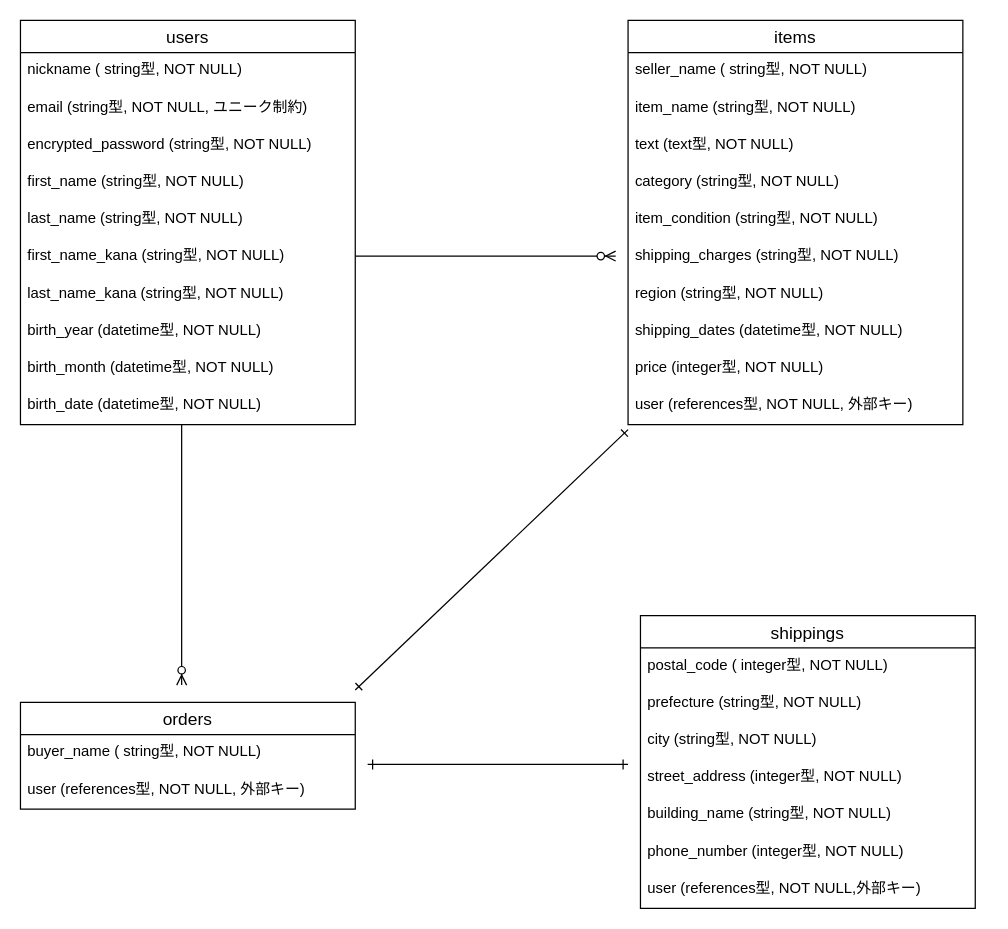
Before: test.dio in KDItsu/furima-40546, a draw.io diagram. Source tidied: cells renumbered, new cells numbered last; positions are measured from the earlier drawing's top-left corner, leaving out a move shared by most shapes. Both pictures are drawn from the tidied source at 124%, with x=0, y=0 at pixel (20, 20).
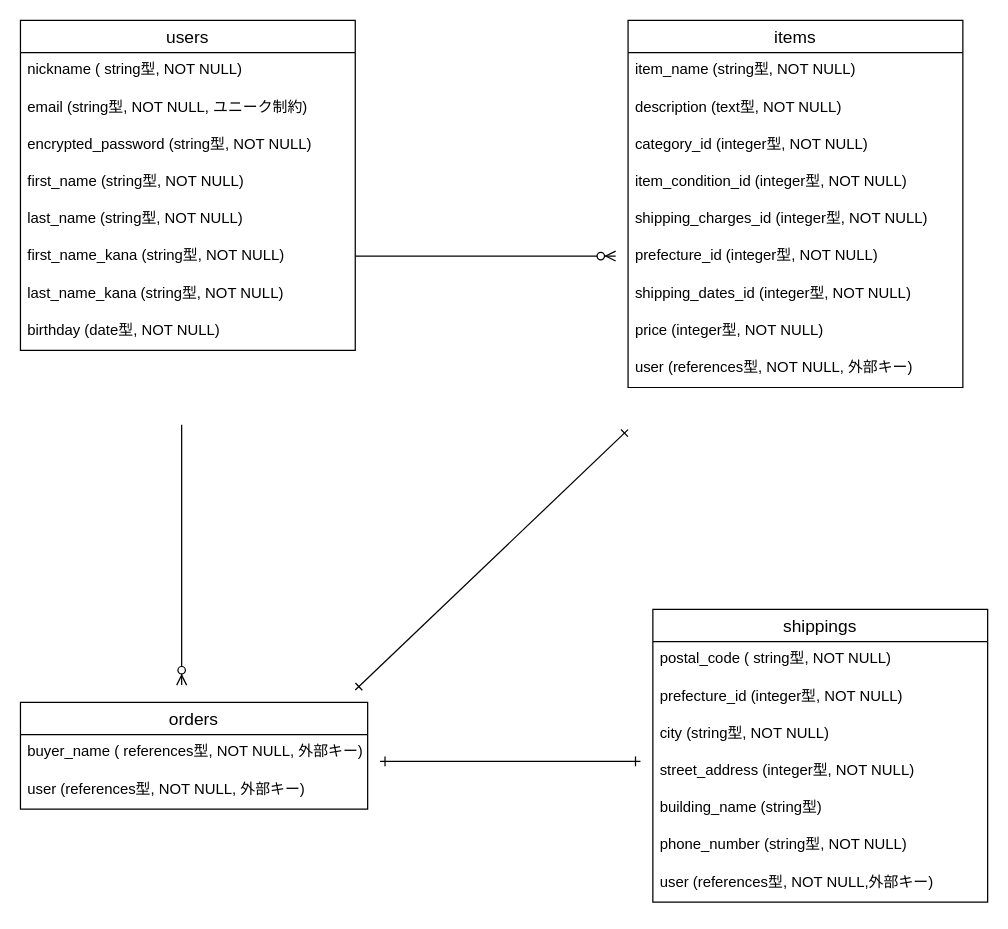
Above is the later version.

The edit, as a diff of the source:
```diff
@@
     <mxCell id="2" value="users" style="swimlane;fontStyle=0;horizontal=1;startSize=26;align=center;fontSize=14;" parent="1" vertex="1">
-      <mxGeometry width="270" height="326" as="geometry" />
+      <mxGeometry width="270" height="266" as="geometry" />
     </mxCell>
@@
-    <mxCell id="10" value="birth_year (datetime型, NOT NULL)" style="text;strokeColor=none;fillColor=none;spacingLeft=4;spacingRight=4;overflow=hidden;fontSize=12;" parent="2" vertex="1">
+    <mxCell id="10" value="birthday (date型, NOT NULL)" style="text;strokeColor=none;fillColor=none;spacingLeft=4;spacingRight=4;overflow=hidden;fontSize=12;" parent="2" vertex="1">
       <mxGeometry y="236" width="270" height="30" as="geometry" />
     </mxCell>
-    <mxCell id="11" value="birth_month (datetime型, NOT NULL)" style="text;strokeColor=none;fillColor=none;spacingLeft=4;spacingRight=4;overflow=hidden;fontSize=12;" parent="2" vertex="1">
-      <mxGeometry y="266" width="270" height="30" as="geometry" />
-    </mxCell>
-    <mxCell id="12" value="birth_date (datetime型, NOT NULL)" style="text;strokeColor=none;fillColor=none;spacingLeft=4;spacingRight=4;overflow=hidden;fontSize=12;" parent="2" vertex="1">
-      <mxGeometry y="296" width="270" height="30" as="geometry" />
-    </mxCell>
     <mxCell id="13" value="items" style="swimlane;fontStyle=0;horizontal=1;startSize=26;align=center;fontSize=14;" parent="1" vertex="1">
-      <mxGeometry x="490" width="270" height="326" as="geometry" />
+      <mxGeometry x="490" width="270" height="296" as="geometry" />
     </mxCell>
-    <mxCell id="14" value="seller_name ( string型, NOT NULL)" style="text;strokeColor=none;fillColor=none;spacingLeft=4;spacingRight=4;overflow=hidden;fontSize=12;" parent="13" vertex="1">
-      <mxGeometry y="26" width="270" height="30" as="geometry" />
-    </mxCell>
     <mxCell id="15" value="item_name (string型, NOT NULL)" style="text;strokeColor=none;fillColor=none;spacingLeft=4;spacingRight=4;overflow=hidden;fontSize=12;" parent="13" vertex="1">
-      <mxGeometry y="56" width="270" height="30" as="geometry" />
+      <mxGeometry y="26" width="270" height="30" as="geometry" />
     </mxCell>
-    <mxCell id="16" value="text (text型, NOT NULL)" style="text;strokeColor=none;fillColor=none;spacingLeft=4;spacingRight=4;overflow=hidden;fontSize=12;" parent="13" vertex="1">
-      <mxGeometry y="86" width="270" height="30" as="geometry" />
+    <mxCell id="16" value="description (text型, NOT NULL)" style="text;strokeColor=none;fillColor=none;spacingLeft=4;spacingRight=4;overflow=hidden;fontSize=12;" parent="13" vertex="1">
+      <mxGeometry y="56" width="270" height="30" as="geometry" />
     </mxCell>
-    <mxCell id="17" value="category (string型, NOT NULL)" style="text;strokeColor=none;fillColor=none;spacingLeft=4;spacingRight=4;overflow=hidden;fontSize=12;" parent="13" vertex="1">
-      <mxGeometry y="116" width="270" height="30" as="geometry" />
+    <mxCell id="17" value="category_id (integer型, NOT NULL)" style="text;strokeColor=none;fillColor=none;spacingLeft=4;spacingRight=4;overflow=hidden;fontSize=12;" parent="13" vertex="1">
+      <mxGeometry y="86" width="270" height="30" as="geometry" />
     </mxCell>
-    <mxCell id="18" value="item_condition (string型, NOT NULL)" style="text;strokeColor=none;fillColor=none;spacingLeft=4;spacingRight=4;overflow=hidden;fontSize=12;" parent="13" vertex="1">
-      <mxGeometry y="146" width="270" height="30" as="geometry" />
+    <mxCell id="18" value="item_condition_id (integer型, NOT NULL)" style="text;strokeColor=none;fillColor=none;spacingLeft=4;spacingRight=4;overflow=hidden;fontSize=12;" parent="13" vertex="1">
+      <mxGeometry y="116" width="270" height="30" as="geometry" />
     </mxCell>
-    <mxCell id="19" value="shipping_charges (string型, NOT NULL)" style="text;strokeColor=none;fillColor=none;spacingLeft=4;spacingRight=4;overflow=hidden;fontSize=12;" parent="13" vertex="1">
-      <mxGeometry y="176" width="270" height="30" as="geometry" />
+    <mxCell id="19" value="shipping_charges_id (integer型, NOT NULL)" style="text;strokeColor=none;fillColor=none;spacingLeft=4;spacingRight=4;overflow=hidden;fontSize=12;" parent="13" vertex="1">
+      <mxGeometry y="146" width="270" height="30" as="geometry" />
     </mxCell>
-    <mxCell id="20" value="region (string型, NOT NULL)" style="text;strokeColor=none;fillColor=none;spacingLeft=4;spacingRight=4;overflow=hidden;fontSize=12;" parent="13" vertex="1">
-      <mxGeometry y="206" width="270" height="30" as="geometry" />
+    <mxCell id="20" value="prefecture_id (integer型, NOT NULL)" style="text;strokeColor=none;fillColor=none;spacingLeft=4;spacingRight=4;overflow=hidden;fontSize=12;" parent="13" vertex="1">
+      <mxGeometry y="176" width="270" height="30" as="geometry" />
     </mxCell>
-    <mxCell id="21" value="shipping_dates (datetime型, NOT NULL)" style="text;strokeColor=none;fillColor=none;spacingLeft=4;spacingRight=4;overflow=hidden;fontSize=12;" parent="13" vertex="1">
-      <mxGeometry y="236" width="270" height="30" as="geometry" />
+    <mxCell id="21" value="shipping_dates_id (integer型, NOT NULL)" style="text;strokeColor=none;fillColor=none;spacingLeft=4;spacingRight=4;overflow=hidden;fontSize=12;" parent="13" vertex="1">
+      <mxGeometry y="206" width="270" height="30" as="geometry" />
     </mxCell>
     <mxCell id="22" value="price (integer型, NOT NULL)" style="text;strokeColor=none;fillColor=none;spacingLeft=4;spacingRight=4;overflow=hidden;fontSize=12;" parent="13" vertex="1">
-      <mxGeometry y="266" width="270" height="30" as="geometry" />
+      <mxGeometry y="236" width="270" height="30" as="geometry" />
     </mxCell>
     <mxCell id="23" value="user (references型, NOT NULL, 外部キー)" style="text;strokeColor=none;fillColor=none;spacingLeft=4;spacingRight=4;overflow=hidden;fontSize=12;" parent="13" vertex="1">
-      <mxGeometry y="296" width="270" height="30" as="geometry" />
+      <mxGeometry y="266" width="270" height="30" as="geometry" />
     </mxCell>
     <mxCell id="24" value="orders" style="swimlane;fontStyle=0;horizontal=1;startSize=26;align=center;fontSize=14;" parent="1" vertex="1">
-      <mxGeometry y="550" width="270" height="86" as="geometry" />
+      <mxGeometry y="550" width="280" height="86" as="geometry" />
     </mxCell>
-    <mxCell id="25" value="buyer_name ( string型, NOT NULL)" style="text;strokeColor=none;fillColor=none;spacingLeft=4;spacingRight=4;overflow=hidden;fontSize=12;" parent="24" vertex="1">
-      <mxGeometry y="26" width="270" height="30" as="geometry" />
+    <mxCell id="25" value="buyer_name ( references型, NOT NULL, 外部キー)" style="text;strokeColor=none;fillColor=none;spacingLeft=4;spacingRight=4;overflow=hidden;fontSize=12;" parent="24" vertex="1">
+      <mxGeometry y="26" width="280" height="30" as="geometry" />
     </mxCell>
     <mxCell id="26" value="user (references型, NOT NULL, 外部キー)" style="text;strokeColor=none;fillColor=none;spacingLeft=4;spacingRight=4;overflow=hidden;fontSize=12;" parent="24" vertex="1">
-      <mxGeometry y="56" width="270" height="30" as="geometry" />
+      <mxGeometry y="56" width="280" height="30" as="geometry" />
     </mxCell>
     <mxCell id="27" value="shippings" style="swimlane;fontStyle=0;horizontal=1;startSize=26;align=center;fontSize=14;" parent="1" vertex="1">
-      <mxGeometry x="500" y="480" width="270" height="236" as="geometry" />
+      <mxGeometry x="510" y="475" width="270" height="236" as="geometry" />
     </mxCell>
-    <mxCell id="28" value="postal_code ( integer型, NOT NULL)" style="text;strokeColor=none;fillColor=none;spacingLeft=4;spacingRight=4;overflow=hidden;fontSize=12;" parent="27" vertex="1">
+    <mxCell id="28" value="postal_code ( string型, NOT NULL)" style="text;strokeColor=none;fillColor=none;spacingLeft=4;spacingRight=4;overflow=hidden;fontSize=12;" parent="27" vertex="1">
       <mxGeometry y="26" width="270" height="30" as="geometry" />
     </mxCell>
-    <mxCell id="29" value="prefecture (string型, NOT NULL)" style="text;strokeColor=none;fillColor=none;spacingLeft=4;spacingRight=4;overflow=hidden;fontSize=12;" parent="27" vertex="1">
+    <mxCell id="29" value="prefecture_id (integer型, NOT NULL)" style="text;strokeColor=none;fillColor=none;spacingLeft=4;spacingRight=4;overflow=hidden;fontSize=12;" parent="27" vertex="1">
       <mxGeometry y="56" width="270" height="30" as="geometry" />
     </mxCell>
@@
-    <mxCell id="32" value="building_name (string型, NOT NULL)" style="text;strokeColor=none;fillColor=none;spacingLeft=4;spacingRight=4;overflow=hidden;fontSize=12;" parent="27" vertex="1">
+    <mxCell id="32" value="building_name (string型)" style="text;strokeColor=none;fillColor=none;spacingLeft=4;spacingRight=4;overflow=hidden;fontSize=12;" parent="27" vertex="1">
       <mxGeometry y="146" width="270" height="30" as="geometry" />
     </mxCell>
-    <mxCell id="33" value="phone_number (integer型, NOT NULL)" style="text;strokeColor=none;fillColor=none;spacingLeft=4;spacingRight=4;overflow=hidden;fontSize=12;" parent="27" vertex="1">
+    <mxCell id="33" value="phone_number (string型, NOT NULL)" style="text;strokeColor=none;fillColor=none;spacingLeft=4;spacingRight=4;overflow=hidden;fontSize=12;" parent="27" vertex="1">
       <mxGeometry y="176" width="270" height="30" as="geometry" />
     </mxCell>
@@
     <mxCell id="38" style="fontSize=12;html=1;endArrow=ERone;startArrow=ERone;strokeColor=default;startFill=0;endFill=0;" parent="1" edge="1">
       <mxGeometry relative="1" as="geometry">
-        <mxPoint x="280" y="600" as="sourcePoint" />
-        <mxPoint x="490" y="600" as="targetPoint" />
+        <mxPoint x="290" y="597.5" as="sourcePoint" />
+        <mxPoint x="500" y="597.5" as="targetPoint" />
       </mxGeometry>
     </mxCell>
```
